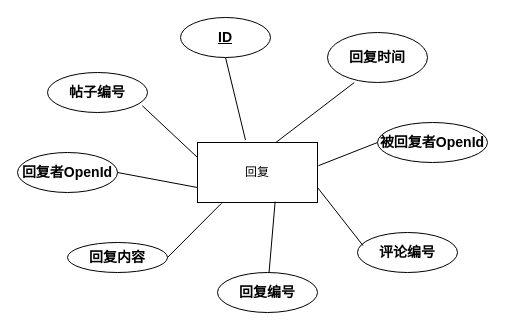
Earlier version of the draw.io diagram 回复实体图.drawio (geoffrey-h/code). Source tidied: cells renumbered, new cells numbered last; positions are measured from the earlier drawing's top-left corner, leaving out a move shared by most shapes. Both pictures are drawn from the tidied source at 100%, with x=0, y=0 at pixel (17, 17).
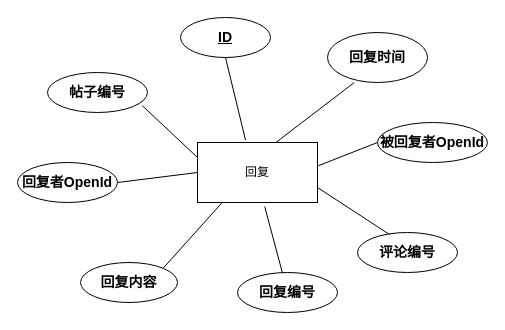
The same diagram, later.

Commit message (it also covers changes not shown here):
更新回复实体图.drawio

What changed in the source:
```diff
@@
 <mxGraphModel>
   <root>
     <mxCell id="0" />
     <mxCell id="1" parent="0" />
     <mxCell id="2" value="回复" style="rounded=0;whiteSpace=wrap;html=1;" parent="1" vertex="1">
       <mxGeometry x="180" y="125" width="120" height="60" as="geometry" />
     </mxCell>
     <mxCell id="3" value="&lt;font style=&quot;font-size: 14px&quot;&gt;&lt;b&gt;帖子编号&lt;/b&gt;&lt;/font&gt;" style="ellipse;whiteSpace=wrap;html=1;" parent="1" vertex="1">
       <mxGeometry x="30" y="55" width="100" height="40" as="geometry" />
     </mxCell>
     <mxCell id="4" value="&lt;font style=&quot;font-size: 14px&quot;&gt;&lt;b&gt;回复者OpenId&lt;/b&gt;&lt;/font&gt;" style="ellipse;whiteSpace=wrap;html=1;" parent="1" vertex="1">
-      <mxGeometry y="135" width="100" height="40" as="geometry" />
+      <mxGeometry y="145" width="100" height="40" as="geometry" />
     </mxCell>
     <mxCell id="5" value="&lt;b&gt;&lt;font style=&quot;font-size: 14px&quot;&gt;回复内容&lt;/font&gt;&lt;/b&gt;" style="ellipse;whiteSpace=wrap;html=1;" parent="1" vertex="1">
-      <mxGeometry x="50" y="225" width="100" height="30" as="geometry" />
+      <mxGeometry x="63" y="245" width="97" height="40" as="geometry" />
     </mxCell>
     <mxCell id="6" value="&lt;font style=&quot;font-size: 14px&quot;&gt;&lt;b&gt;&lt;u&gt;ID&lt;/u&gt;&lt;/b&gt;&lt;/font&gt;" style="ellipse;whiteSpace=wrap;html=1;" parent="1" vertex="1">
       <mxGeometry x="163" width="90" height="40" as="geometry" />
     </mxCell>
     <mxCell id="7" value="&lt;b&gt;&lt;font style=&quot;font-size: 14px&quot;&gt;被回复者OpenId&lt;/font&gt;&lt;/b&gt;" style="ellipse;whiteSpace=wrap;html=1;" parent="1" vertex="1">
       <mxGeometry x="360" y="105" width="110" height="40" as="geometry" />
     </mxCell>
     <mxCell id="8" value="&lt;b&gt;&lt;font style=&quot;font-size: 14px&quot;&gt;回复时间&lt;/font&gt;&lt;/b&gt;" style="ellipse;whiteSpace=wrap;html=1;" parent="1" vertex="1">
       <mxGeometry x="310" y="15" width="100" height="50" as="geometry" />
     </mxCell>
     <mxCell id="9" value="&lt;b&gt;&lt;font style=&quot;font-size: 14px&quot;&gt;评论编号&lt;/font&gt;&lt;/b&gt;" style="ellipse;whiteSpace=wrap;html=1;" parent="1" vertex="1">
       <mxGeometry x="340" y="215" width="100" height="40" as="geometry" />
     </mxCell>
     <mxCell id="10" value="&lt;font style=&quot;font-size: 14px&quot;&gt;&lt;b&gt;回复编号&lt;/b&gt;&lt;/font&gt;" style="ellipse;whiteSpace=wrap;html=1;" parent="1" vertex="1">
-      <mxGeometry x="200" y="255" width="100" height="40" as="geometry" />
+      <mxGeometry x="220" y="255" width="100" height="40" as="geometry" />
     </mxCell>
     <mxCell id="11" style="endArrow=none;html=1;entryX=0.5;entryY=1;entryDx=0;entryDy=0;exitX=0.4;exitY=-0.04;exitDx=0;exitDy=0;exitPerimeter=0;" parent="1" edge="1" source="2" target="6">
       <mxGeometry relative="1" as="geometry" />
     </mxCell>
     <mxCell id="12" style="endArrow=none;html=1;entryX=0.268;entryY=1;entryDx=0;entryDy=0;entryPerimeter=0;exitX=0.653;exitY=0;exitDx=0;exitDy=0;exitPerimeter=0;" parent="1" edge="1" source="2" target="8">
       <mxGeometry relative="1" as="geometry" />
     </mxCell>
     <mxCell id="13" style="endArrow=none;html=1;entryX=0;entryY=0.5;entryDx=0;entryDy=0;exitX=1.007;exitY=0.387;exitDx=0;exitDy=0;exitPerimeter=0;" parent="1" edge="1" source="2" target="7">
       <mxGeometry relative="1" as="geometry" />
     </mxCell>
-    <mxCell id="14" style="endArrow=none;html=1;entryX=0.056;entryY=0.33;entryDx=0;entryDy=0;entryPerimeter=0;exitX=1;exitY=0.75;exitDx=0;exitDy=0;" parent="1" edge="1" source="2" target="9">
+    <mxCell id="14" style="endArrow=none;html=1;entryX=0.32;entryY=0.05;entryDx=0;entryDy=0;entryPerimeter=0;exitX=1;exitY=0.75;exitDx=0;exitDy=0;" parent="1" edge="1" source="2" target="9">
       <mxGeometry relative="1" as="geometry" />
     </mxCell>
-    <mxCell id="15" style="endArrow=none;html=1;entryX=0.647;entryY=0.987;entryDx=0;entryDy=0;entryPerimeter=0;" parent="1" edge="1" source="10" target="2">
+    <mxCell id="15" style="endArrow=none;html=1;entryX=0.56;entryY=1.067;entryDx=0;entryDy=0;entryPerimeter=0;" parent="1" edge="1" source="10" target="2">
       <mxGeometry relative="1" as="geometry" />
     </mxCell>
-    <mxCell id="16" style="endArrow=none;html=1;entryX=0.2;entryY=1.013;entryDx=0;entryDy=0;entryPerimeter=0;exitX=1;exitY=0.5;exitDx=0;exitDy=0;" parent="1" edge="1" source="5" target="2">
+    <mxCell id="16" style="endArrow=none;html=1;entryX=0.2;entryY=1.013;entryDx=0;entryDy=0;entryPerimeter=0;exitX=1;exitY=0;exitDx=0;exitDy=0;" parent="1" edge="1" source="5" target="2">
       <mxGeometry relative="1" as="geometry" />
     </mxCell>
-    <mxCell id="17" style="endArrow=none;html=1;entryX=0;entryY=0.75;entryDx=0;entryDy=0;exitX=1;exitY=0.5;exitDx=0;exitDy=0;" parent="1" edge="1" source="4" target="2">
+    <mxCell id="17" style="endArrow=none;html=1;entryX=0;entryY=0.5;entryDx=0;entryDy=0;exitX=1;exitY=0.5;exitDx=0;exitDy=0;" parent="1" edge="1" source="4" target="2">
       <mxGeometry relative="1" as="geometry" />
     </mxCell>
     <mxCell id="18" style="endArrow=none;html=1;entryX=0;entryY=0.25;entryDx=0;entryDy=0;exitX=0.948;exitY=0.83;exitDx=0;exitDy=0;exitPerimeter=0;" parent="1" edge="1" source="3" target="2">
       <mxGeometry relative="1" as="geometry" />
     </mxCell>
   </root>
 </mxGraphModel>
```
